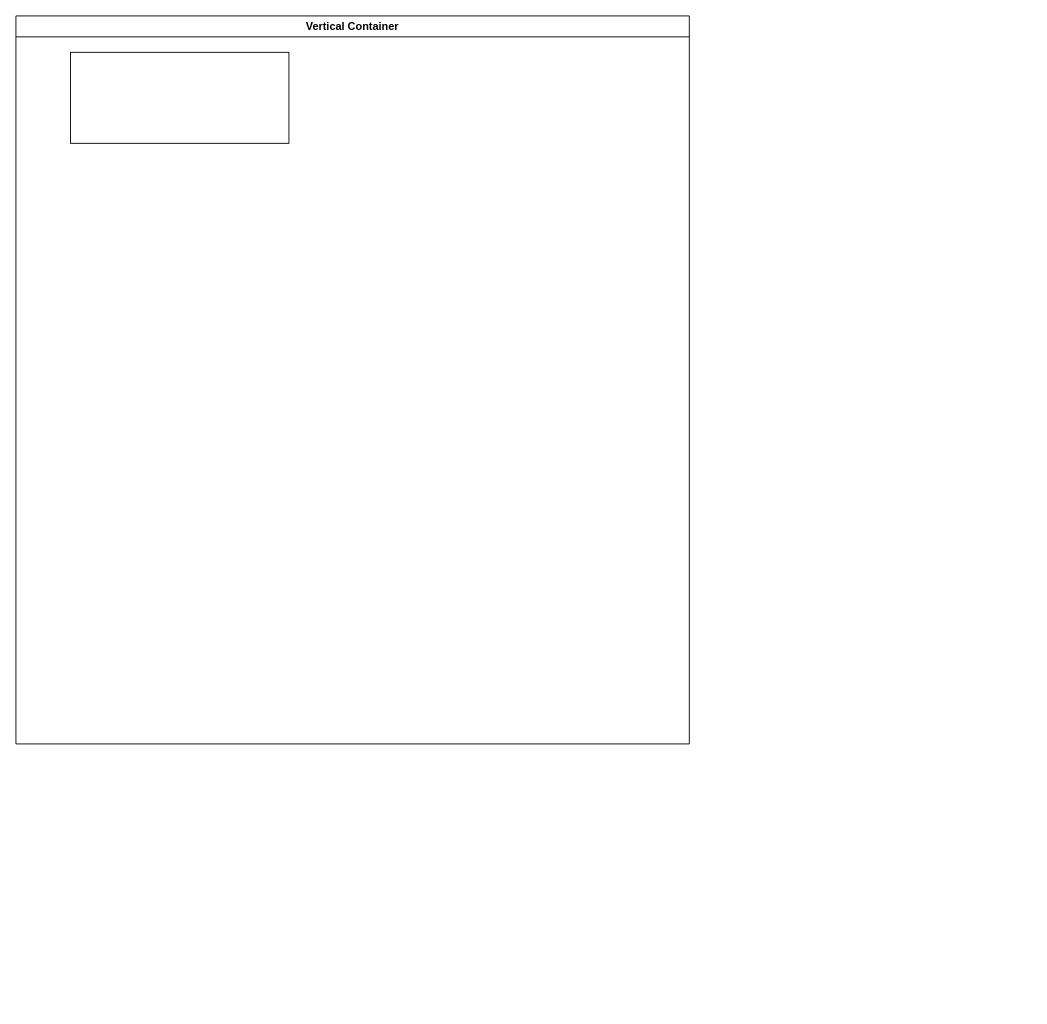
This is Untitled Diagram.drawio from natafesenko/AssignmentFOOP1, a draw.io file, before an edit. Source tidied: cells renumbered, new cells numbered last; positions are measured from the earlier drawing's top-left corner, leaving out a move shared by most shapes. Both pictures are drawn from the tidied source at 91%, with x=0, y=0 at pixel (15, 15).
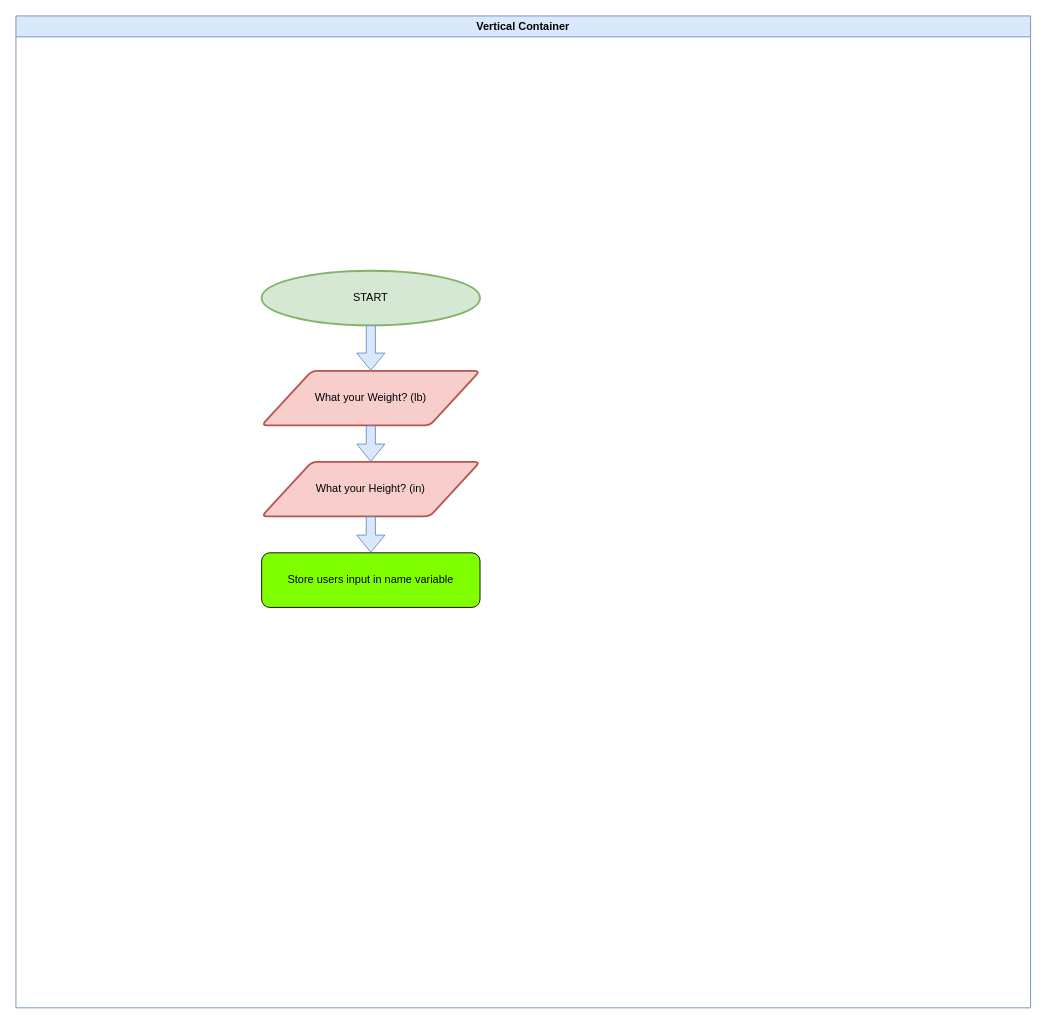
The same diagram, later.

Diff of the diagram source:
```diff
@@
 <mxGraphModel>
   <root>
     <mxCell id="0" />
     <mxCell id="1" parent="0" />
-    <mxCell id="2" value="Vertical Container" style="swimlane;whiteSpace=wrap;html=1;" parent="1" vertex="1">
-      <mxGeometry width="740" height="800" as="geometry" />
+    <mxCell id="2" value="Vertical Container" style="swimlane;whiteSpace=wrap;html=1;fillColor=#dae8fc;strokeColor=#6c8ebf;" parent="1" vertex="1">
+      <mxGeometry width="1115" height="1090" as="geometry" />
     </mxCell>
-    <mxCell id="3" style="rounded=0;whiteSpace=wrap;html=1;" parent="2" vertex="1">
-      <mxGeometry x="60" y="40" width="240" height="100" as="geometry" />
-    </mxCell>
+    <mxCell id="4" value="START" style="strokeWidth=2;html=1;shape=mxgraph.flowchart.start_1;whiteSpace=wrap;fillColor=#d5e8d4;strokeColor=#82b366;" parent="2" vertex="1">
+      <mxGeometry x="270" y="280" width="240" height="60" as="geometry" />
+    </mxCell>
+    <mxCell id="5" value="What your Weight? (lb)" style="shape=parallelogram;html=1;strokeWidth=2;perimeter=parallelogramPerimeter;whiteSpace=wrap;rounded=1;arcSize=12;size=0.23;fillColor=#f8cecc;strokeColor=#b85450;" parent="2" vertex="1">
+      <mxGeometry x="270" y="390" width="240" height="60" as="geometry" />
+    </mxCell>
+    <mxCell id="6" value="What your Height? (in)" style="shape=parallelogram;html=1;strokeWidth=2;perimeter=parallelogramPerimeter;whiteSpace=wrap;rounded=1;arcSize=12;size=0.23;fillColor=#f8cecc;strokeColor=#b85450;" parent="2" vertex="1">
+      <mxGeometry x="270" y="490" width="240" height="60" as="geometry" />
+    </mxCell>
+    <mxCell id="7" style="shape=flexArrow;endArrow=classic;html=1;rounded=0;exitX=0.5;exitY=1;exitDx=0;exitDy=0;exitPerimeter=0;fillColor=#dae8fc;strokeColor=#6c8ebf;" parent="2" edge="1" source="4" target="5">
+      <mxGeometry relative="1" as="geometry" />
+    </mxCell>
+    <mxCell id="8" style="shape=flexArrow;endArrow=classic;html=1;rounded=0;entryX=0.5;entryY=0;entryDx=0;entryDy=0;fillColor=#dae8fc;strokeColor=#6c8ebf;" parent="2" edge="1" target="6">
+      <mxGeometry relative="1" as="geometry">
+        <mxPoint x="390" y="450" as="sourcePoint" />
+      </mxGeometry>
+    </mxCell>
+    <mxCell id="9" style="shape=flexArrow;endArrow=classic;html=1;rounded=0;exitX=0.5;exitY=1;exitDx=0;exitDy=0;fillColor=#dae8fc;strokeColor=#6c8ebf;" parent="2" edge="1" source="6">
+      <mxGeometry relative="1" as="geometry">
+        <mxPoint x="390" y="590" as="targetPoint" />
+      </mxGeometry>
+    </mxCell>
+    <mxCell id="10" value="Store users input in name variable" style="rounded=1;whiteSpace=wrap;html=1;fillColor=#80FF00;" parent="2" vertex="1">
+      <mxGeometry x="270" y="590" width="240" height="60" as="geometry" />
+    </mxCell>
   </root>
 </mxGraphModel>
```
